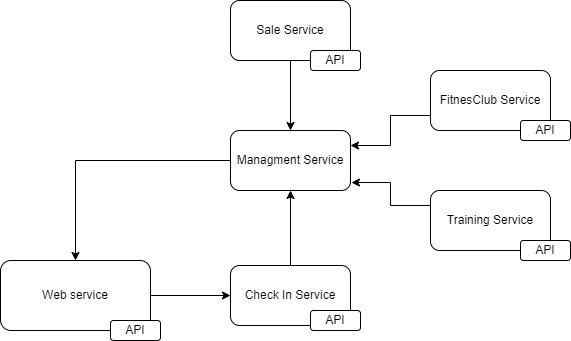
Before: фитнесзал.drawio.png, a diagram exported from draw.io (MironovAleksandr93/repositoryFirst). Source tidied: cells renumbered, new cells last; positions are measured from the earlier drawing's top-left corner, leaving out a move shared by most shapes.
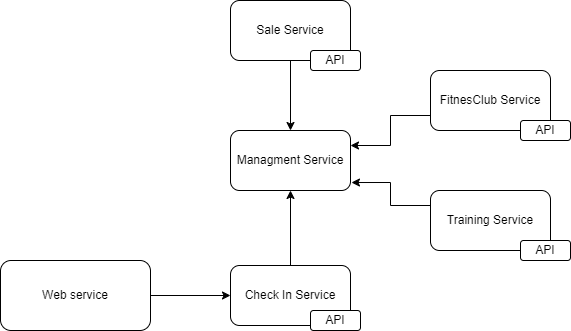
Above is the later version.

What changed in the source:
```diff
@@ -14,9 +14,6 @@
     <mxCell id="5" value="Check In Service" style="rounded=1;whiteSpace=wrap;html=1;" parent="1" vertex="1">
       <mxGeometry x="230" y="265" width="120" height="60" as="geometry" />
     </mxCell>
-    <mxCell id="6" style="edgeStyle=orthogonalEdgeStyle;rounded=0;jettySize=auto;html=1;exitX=0;exitY=0.5;exitDx=0;exitDy=0;entryX=0.5;entryY=0;entryDx=0;entryDy=0;" parent="1" edge="1" source="7" target="3">
-      <mxGeometry relative="1" as="geometry" />
-    </mxCell>
     <mxCell id="7" value="Managment Service" style="rounded=1;whiteSpace=wrap;html=1;" parent="1" vertex="1">
       <mxGeometry x="230" y="130" width="120" height="60" as="geometry" />
     </mxCell>
@@ -50,8 +47,5 @@
     <mxCell id="17" style="edgeStyle=orthogonalEdgeStyle;rounded=0;jettySize=auto;html=1;exitX=0;exitY=0.25;exitDx=0;exitDy=0;entryX=1.008;entryY=0.867;entryDx=0;entryDy=0;entryPerimeter=0;" parent="1" edge="1" source="10" target="7">
       <mxGeometry relative="1" as="geometry" />
     </mxCell>
-    <mxCell id="18" value="API" style="rounded=1;whiteSpace=wrap;html=1;" parent="1" vertex="1">
-      <mxGeometry x="110" y="320" width="50" height="20" as="geometry" />
-    </mxCell>
   </root>
 </mxGraphModel>
```
